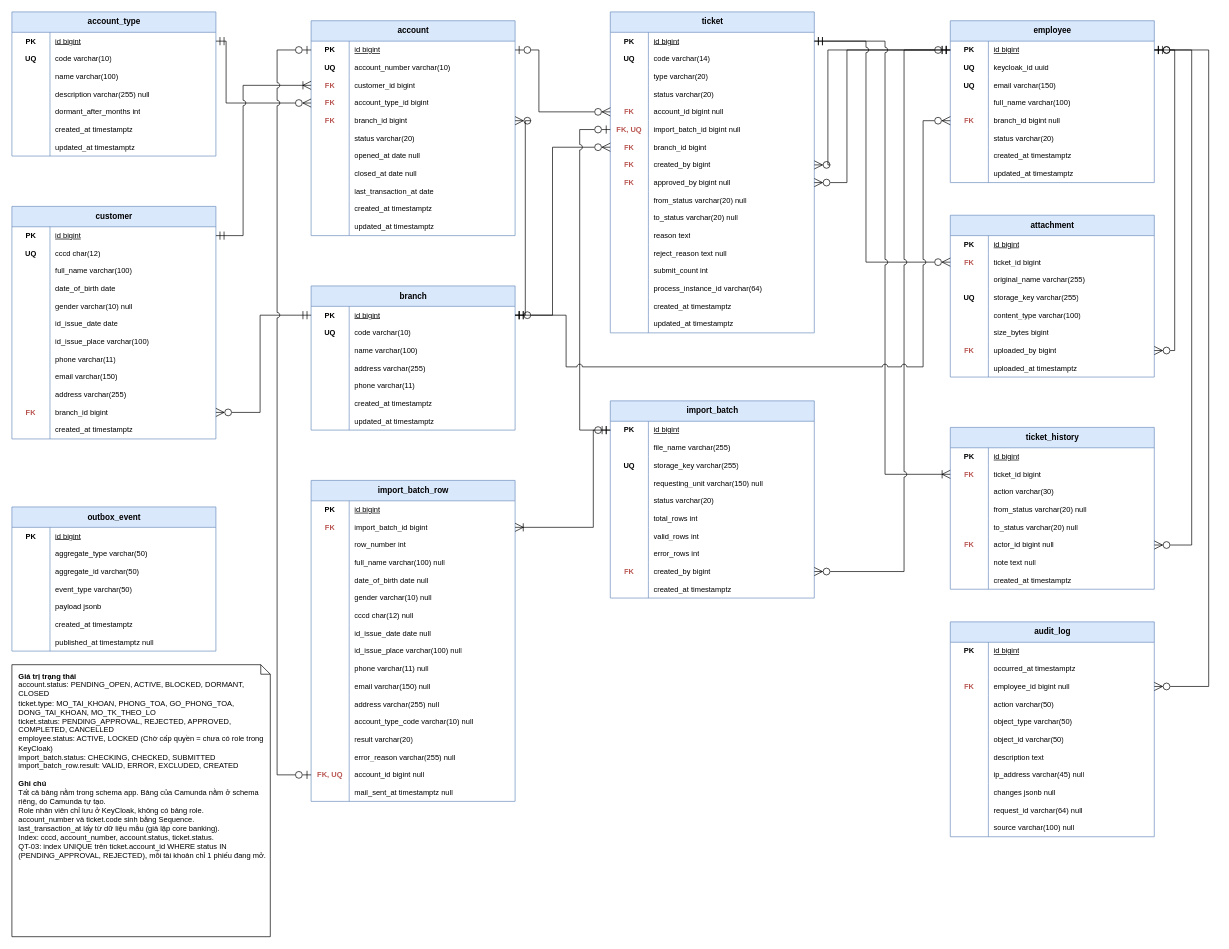
The draw.io diagram docs/diagrams/erd.drawio in Arielne/account-lifecycle-portal, before the edit. Source tidied: cells renumbered, new cells numbered last; positions are measured from the earlier drawing's top-left corner, leaving out a move shared by most shapes. Both pictures are drawn from the tidied source at 68%, with x=0, y=0 at pixel (12, 12).
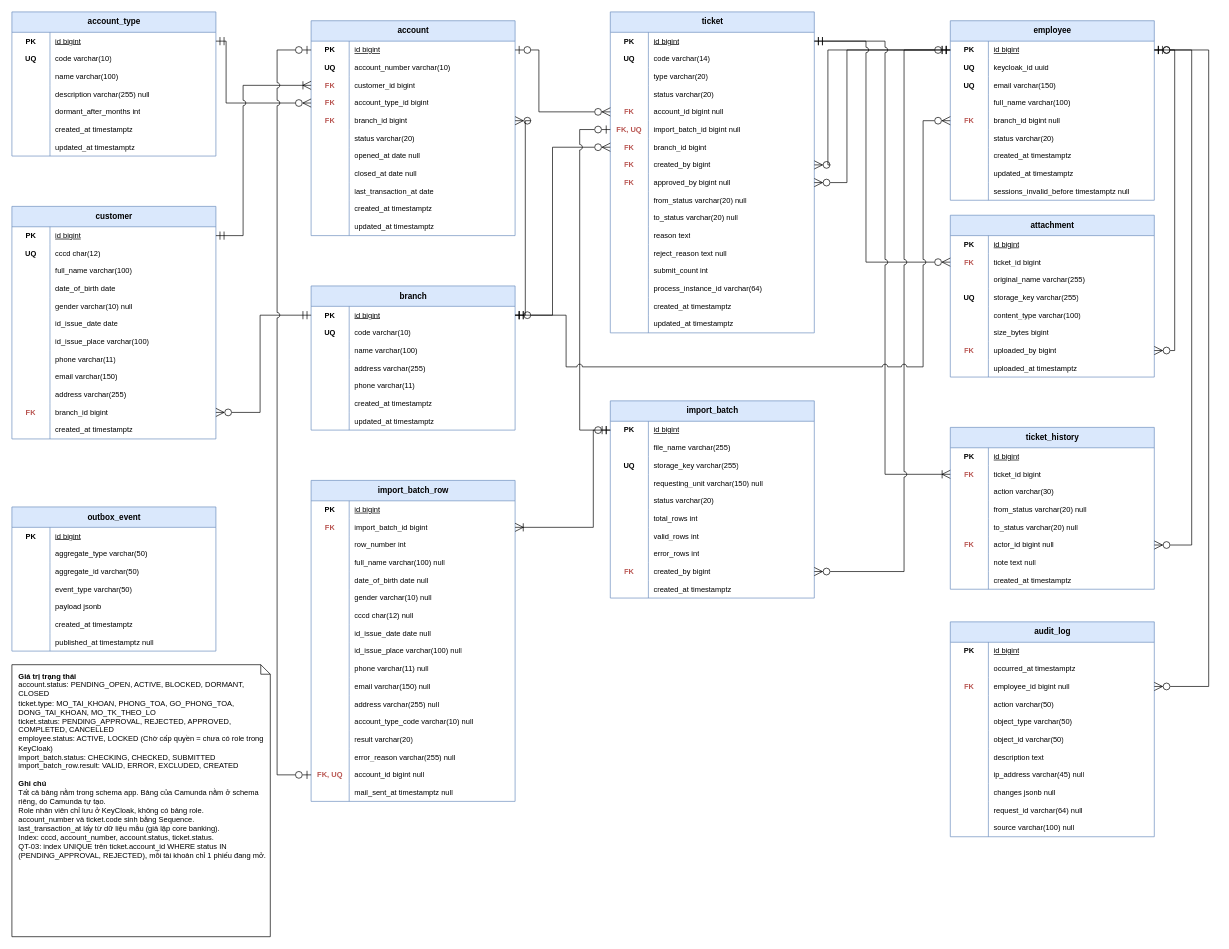
The same page after the edit.

The edit, as a diff of the source:
```diff
@@
     <mxCell id="277" value="employee" style="shape=table;startSize=30;childLayout=tableLayout;rowLines=0;fontStyle=1;align=center;html=1;fillColor=#dae8fc;strokeColor=#6c8ebf;" parent="1" vertex="1">
-      <mxGeometry x="1380" y="13" width="300" height="238" as="geometry" />
+      <mxGeometry x="1380" y="13" width="300" height="264" as="geometry" />
     </mxCell>
@@
+    <mxCell id="402" style="shape=tableRow;horizontal=0;startSize=0;swimlaneHead=0;swimlaneBody=0;fillColor=none;top=0;left=0;right=0;bottom=0;html=1;" parent="277" vertex="1">
+      <mxGeometry y="238" width="300" height="26" as="geometry" />
+    </mxCell>
+    <mxCell id="403" style="shape=partialRectangle;fillColor=none;top=0;left=0;bottom=0;right=0;fontStyle=1;overflow=hidden;html=1;whiteSpace=wrap;fontSize=11;" parent="402" vertex="1">
+      <mxGeometry width="56" height="26" as="geometry" />
+    </mxCell>
+    <mxCell id="404" value="sessions_invalid_before timestamptz null" style="shape=partialRectangle;fillColor=none;top=0;left=0;bottom=0;right=0;align=left;spacingLeft=6;overflow=hidden;html=1;whiteSpace=wrap;fontSize=11;" parent="402" vertex="1">
+      <mxGeometry x="56" width="244" height="26" as="geometry" />
+    </mxCell>
```
